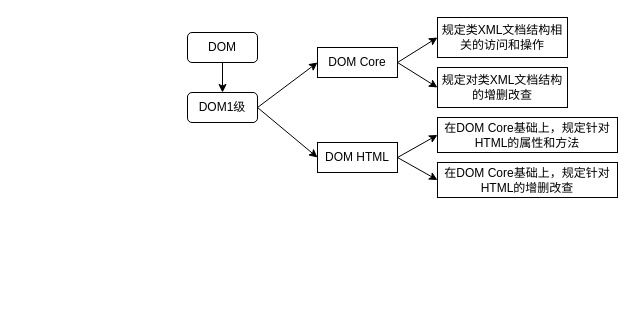
Earlier version of the draw.io diagram JS-DOM发展史.drawio (liu12fei08fei/draw-io). Source tidied: cells renumbered, new cells numbered last; positions are measured from the earlier drawing's top-left corner, leaving out a move shared by most shapes. Both pictures are drawn from the tidied source at 100%, with x=0, y=0 at pixel (187, 17).
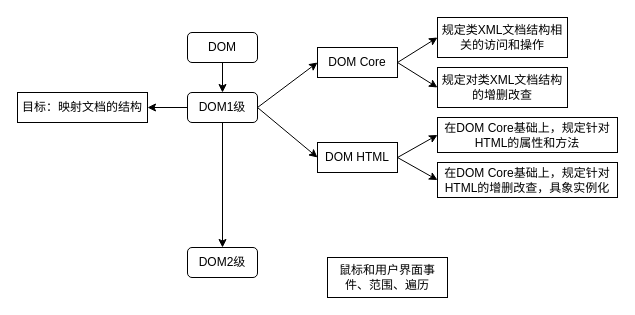
Above is the later version.

Commit message (it also covers changes not shown here):
更新JS-DOM发展史.drawio

The change refers to these unchanged cells:
```xml
<mxCell id="6" value="DOM1级" style="rounded=1;whiteSpace=wrap;html=1;" parent="1" vertex="1">
  <mxGeometry y="75" width="70" height="30" as="geometry" />
</mxCell>
```

Change to the diagram source:
```diff
@@
+    <mxCell id="17" style="edgeStyle=none;rounded=0;jettySize=auto;html=1;exitX=0;exitY=0.5;exitDx=0;exitDy=0;entryX=1;entryY=0.5;entryDx=0;entryDy=0;" parent="1" edge="1" source="6" target="19">
+      <mxGeometry relative="1" as="geometry" />
+    </mxCell>
+    <mxCell id="18" style="edgeStyle=none;rounded=0;jettySize=auto;html=1;exitX=0.5;exitY=1;exitDx=0;exitDy=0;entryX=0.5;entryY=0;entryDx=0;entryDy=0;" parent="1" edge="1" source="6" target="20">
+      <mxGeometry relative="1" as="geometry" />
+    </mxCell>
@@
-    <mxCell id="16" value="在DOM Core基础上，规定针对HTML的增删改查" style="rounded=0;whiteSpace=wrap;html=1;" parent="1" vertex="1">
+    <mxCell id="16" value="在DOM Core基础上，规定针对HTML的增删改查，具象实例化" style="rounded=0;whiteSpace=wrap;html=1;" parent="1" vertex="1">
       <mxGeometry x="250" y="145" width="180" height="35" as="geometry" />
     </mxCell>
+    <mxCell id="19" value="目标：映射文档的结构" style="rounded=0;whiteSpace=wrap;html=1;" parent="1" vertex="1">
+      <mxGeometry x="-170" y="75" width="130" height="30" as="geometry" />
+    </mxCell>
+    <mxCell id="20" value="DOM2级" style="rounded=1;whiteSpace=wrap;html=1;" parent="1" vertex="1">
+      <mxGeometry y="230" width="70" height="30" as="geometry" />
+    </mxCell>
+    <mxCell id="21" value="鼠标和用户界面事件、范围、遍历" style="rounded=0;whiteSpace=wrap;html=1;" parent="1" vertex="1">
+      <mxGeometry x="140" y="240" width="120" height="40" as="geometry" />
+    </mxCell>
```
